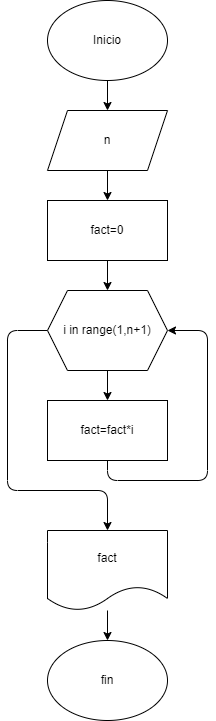
Earlier version of the draw.io export diagrama4.png (cristian007369/for). Source tidied: cells renumbered, new cells last; positions are measured from the earlier drawing's top-left corner, leaving out a move shared by most shapes.
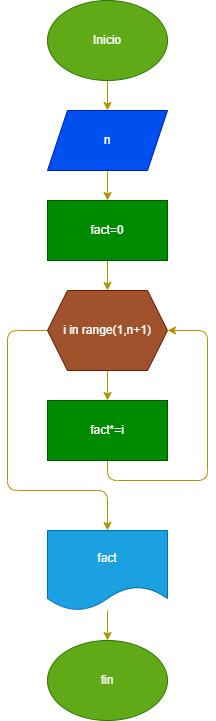
Later version of the same file.

Change to the diagram source:
```diff
@@ -2,28 +2,28 @@
   <root>
     <mxCell id="0" />
     <mxCell id="1" parent="0" />
-    <mxCell id="2" style="edgeStyle=none;html=1;exitX=0.5;exitY=1;exitDx=0;exitDy=0;entryX=0.5;entryY=0;entryDx=0;entryDy=0;" parent="1" edge="1" source="3" target="5">
+    <mxCell id="2" style="edgeStyle=none;html=1;exitX=0.5;exitY=1;exitDx=0;exitDy=0;entryX=0.5;entryY=0;entryDx=0;entryDy=0;fillColor=#e3c800;strokeColor=#B09500;" parent="1" edge="1" source="3" target="5">
       <mxGeometry relative="1" as="geometry" />
     </mxCell>
-    <mxCell id="3" value="Inicio" style="ellipse;whiteSpace=wrap;html=1;" parent="1" vertex="1">
+    <mxCell id="3" value="Inicio" style="ellipse;whiteSpace=wrap;html=1;fillColor=#60a917;fontColor=#ffffff;strokeColor=#2D7600;" parent="1" vertex="1">
       <mxGeometry x="40" width="120" height="80" as="geometry" />
     </mxCell>
-    <mxCell id="4" style="edgeStyle=none;html=1;exitX=0.5;exitY=1;exitDx=0;exitDy=0;entryX=0.5;entryY=0;entryDx=0;entryDy=0;" parent="1" edge="1" source="5" target="7">
+    <mxCell id="4" style="edgeStyle=none;html=1;exitX=0.5;exitY=1;exitDx=0;exitDy=0;entryX=0.5;entryY=0;entryDx=0;entryDy=0;fillColor=#e3c800;strokeColor=#B09500;" parent="1" edge="1" source="5" target="7">
       <mxGeometry relative="1" as="geometry" />
     </mxCell>
-    <mxCell id="5" value="n" style="shape=parallelogram;perimeter=parallelogramPerimeter;whiteSpace=wrap;html=1;fixedSize=1;" parent="1" vertex="1">
+    <mxCell id="5" value="n" style="shape=parallelogram;perimeter=parallelogramPerimeter;whiteSpace=wrap;html=1;fixedSize=1;fillColor=#0050ef;fontColor=#ffffff;strokeColor=#001DBC;" parent="1" vertex="1">
       <mxGeometry x="40" y="110" width="120" height="60" as="geometry" />
     </mxCell>
-    <mxCell id="6" style="edgeStyle=none;html=1;exitX=0.5;exitY=1;exitDx=0;exitDy=0;entryX=0.5;entryY=0;entryDx=0;entryDy=0;" parent="1" edge="1" source="7" target="10">
+    <mxCell id="6" style="edgeStyle=none;html=1;exitX=0.5;exitY=1;exitDx=0;exitDy=0;entryX=0.5;entryY=0;entryDx=0;entryDy=0;fillColor=#e3c800;strokeColor=#B09500;" parent="1" edge="1" source="7" target="10">
       <mxGeometry relative="1" as="geometry" />
     </mxCell>
-    <mxCell id="7" value="fact=0" style="rounded=0;whiteSpace=wrap;html=1;" parent="1" vertex="1">
+    <mxCell id="7" value="fact=0" style="rounded=0;whiteSpace=wrap;html=1;fillColor=#008a00;fontColor=#ffffff;strokeColor=#005700;" parent="1" vertex="1">
       <mxGeometry x="40" y="200" width="120" height="60" as="geometry" />
     </mxCell>
-    <mxCell id="8" style="edgeStyle=none;html=1;exitX=0.5;exitY=1;exitDx=0;exitDy=0;entryX=0.5;entryY=0;entryDx=0;entryDy=0;" parent="1" edge="1" source="10" target="12">
+    <mxCell id="8" style="edgeStyle=none;html=1;exitX=0.5;exitY=1;exitDx=0;exitDy=0;entryX=0.5;entryY=0;entryDx=0;entryDy=0;fillColor=#e3c800;strokeColor=#B09500;" parent="1" edge="1" source="10" target="12">
       <mxGeometry relative="1" as="geometry" />
     </mxCell>
-    <mxCell id="9" style="edgeStyle=none;html=1;exitX=0;exitY=0.5;exitDx=0;exitDy=0;entryX=0.5;entryY=0;entryDx=0;entryDy=0;" parent="1" edge="1" source="10" target="14">
+    <mxCell id="9" style="edgeStyle=none;html=1;exitX=0;exitY=0.5;exitDx=0;exitDy=0;entryX=0.5;entryY=0;entryDx=0;entryDy=0;fillColor=#e3c800;strokeColor=#B09500;" parent="1" edge="1" source="10" target="14">
       <mxGeometry relative="1" as="geometry">
         <Array as="points">
           <mxPoint y="330" />
@@ -32,10 +32,10 @@
         </Array>
       </mxGeometry>
     </mxCell>
-    <mxCell id="10" value="i in range(1,n+1)" style="shape=hexagon;perimeter=hexagonPerimeter2;whiteSpace=wrap;html=1;fixedSize=1;" parent="1" vertex="1">
+    <mxCell id="10" value="i in range(1,n+1)" style="shape=hexagon;perimeter=hexagonPerimeter2;whiteSpace=wrap;html=1;fixedSize=1;fillColor=#a0522d;fontColor=#ffffff;strokeColor=#6D1F00;" parent="1" vertex="1">
       <mxGeometry x="40" y="290" width="120" height="80" as="geometry" />
     </mxCell>
-    <mxCell id="11" style="edgeStyle=none;html=1;exitX=0.5;exitY=1;exitDx=0;exitDy=0;entryX=1;entryY=0.5;entryDx=0;entryDy=0;" parent="1" edge="1" source="12" target="10">
+    <mxCell id="11" style="edgeStyle=none;html=1;exitX=0.5;exitY=1;exitDx=0;exitDy=0;entryX=1;entryY=0.5;entryDx=0;entryDy=0;fillColor=#e3c800;strokeColor=#B09500;" parent="1" edge="1" source="12" target="10">
       <mxGeometry relative="1" as="geometry">
         <Array as="points">
           <mxPoint x="100" y="480" />
@@ -44,16 +44,16 @@
         </Array>
       </mxGeometry>
     </mxCell>
-    <mxCell id="12" value="fact=fact*i" style="rounded=0;whiteSpace=wrap;html=1;" parent="1" vertex="1">
+    <mxCell id="12" value="fact*=i" style="rounded=0;whiteSpace=wrap;html=1;fillColor=#008a00;fontColor=#ffffff;strokeColor=#005700;" parent="1" vertex="1">
       <mxGeometry x="40" y="400" width="120" height="60" as="geometry" />
     </mxCell>
-    <mxCell id="13" style="edgeStyle=none;html=1;entryX=0.5;entryY=0;entryDx=0;entryDy=0;" parent="1" edge="1" source="14" target="15">
+    <mxCell id="13" style="edgeStyle=none;html=1;entryX=0.5;entryY=0;entryDx=0;entryDy=0;fillColor=#e3c800;strokeColor=#B09500;" parent="1" edge="1" source="14" target="15">
       <mxGeometry relative="1" as="geometry" />
     </mxCell>
-    <mxCell id="14" value="fact" style="shape=document;whiteSpace=wrap;html=1;boundedLbl=1;" parent="1" vertex="1">
+    <mxCell id="14" value="fact" style="shape=document;whiteSpace=wrap;html=1;boundedLbl=1;fillColor=#1ba1e2;fontColor=#ffffff;strokeColor=#006EAF;" parent="1" vertex="1">
       <mxGeometry x="40" y="530" width="120" height="80" as="geometry" />
     </mxCell>
-    <mxCell id="15" value="fin" style="ellipse;whiteSpace=wrap;html=1;" parent="1" vertex="1">
+    <mxCell id="15" value="fin" style="ellipse;whiteSpace=wrap;html=1;fillColor=#60a917;fontColor=#ffffff;strokeColor=#2D7600;" parent="1" vertex="1">
       <mxGeometry x="40" y="640" width="120" height="80" as="geometry" />
     </mxCell>
   </root>
```
